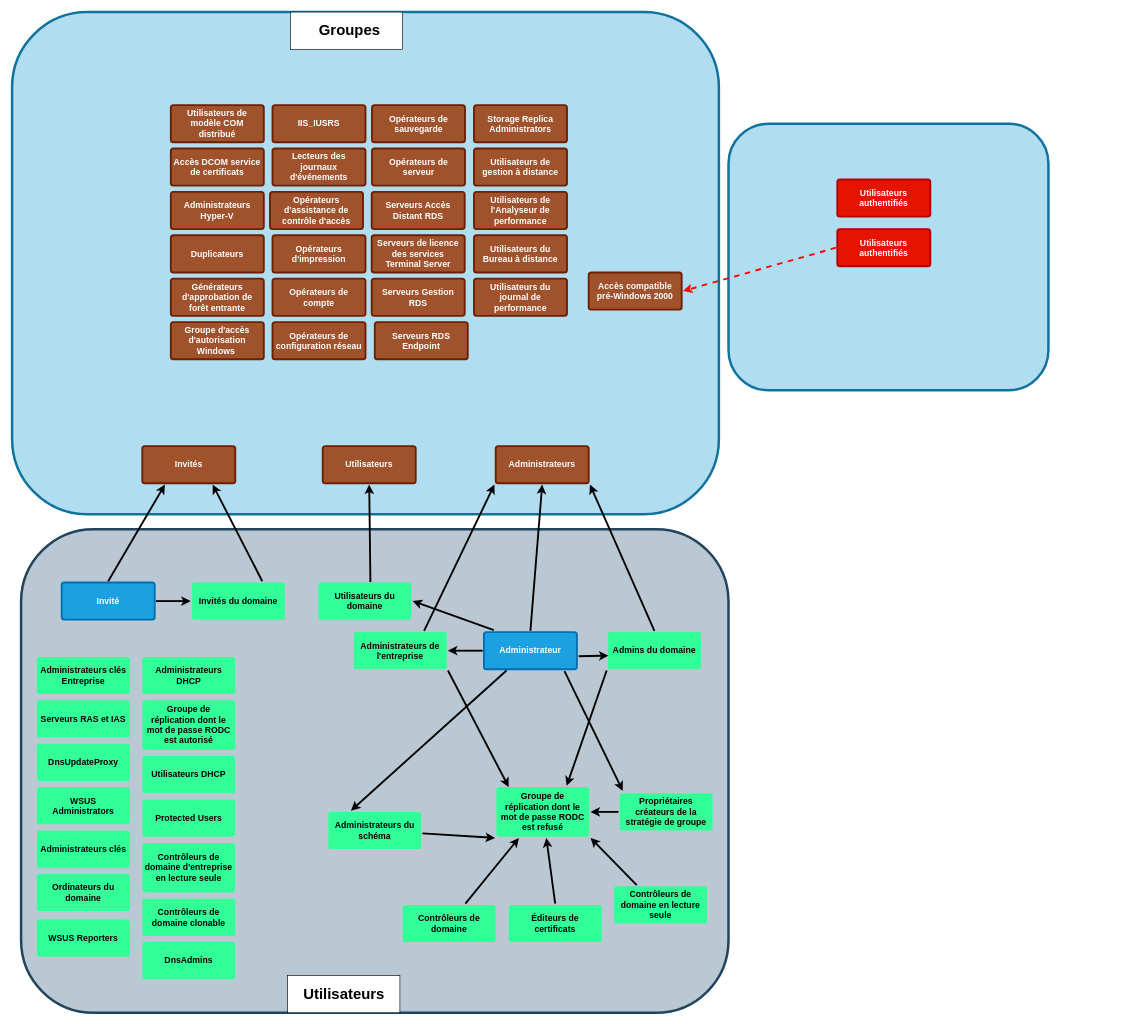
Above: Diagramme sans nom.drawio in CharifMah/AbstergoAnimus (draw.io), before the change. Source tidied: cells renumbered, new cells numbered last; positions are measured from the earlier drawing's top-left corner, leaving out a move shared by most shapes. Both pictures are drawn from the tidied source at 62%, with x=0, y=0 at pixel (12, 12).
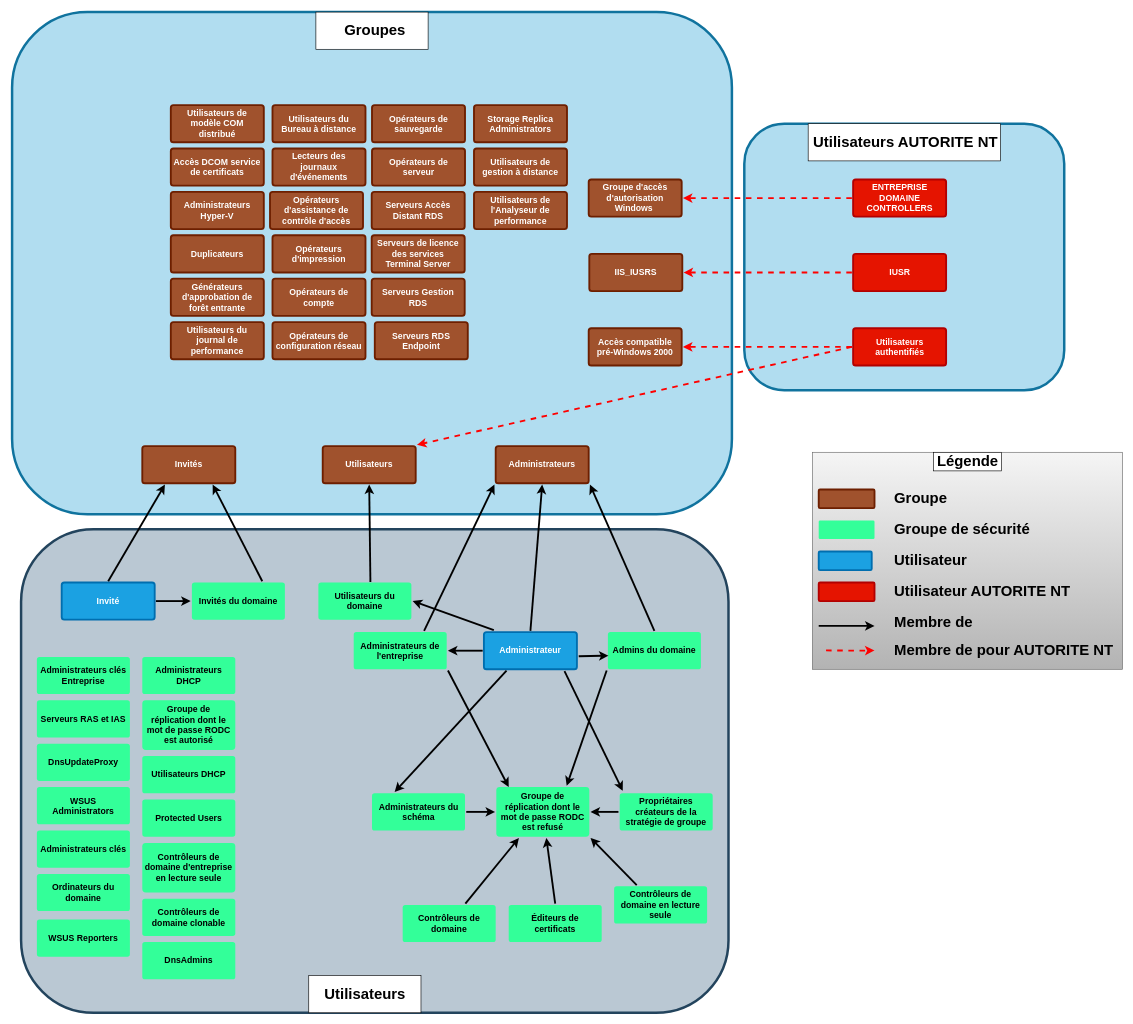
The same diagram, later.

Commit message (it also covers changes not shown here):
Mettre à jour Diagramme sans nom.drawio

Unchanged cells that the change refers to:
```xml
<mxCell id="28" value="Utilisateurs" style="rounded=1;whiteSpace=wrap;html=1;shadow=0;labelBackgroundColor=none;strokeColor=#6D1F00;strokeWidth=3;fillColor=#a0522d;fontFamily=Helvetica;fontSize=14;align=center;spacing=5;fontStyle=1;arcSize=7;perimeterSpacing=2;fontColor=#ffffff;" parent="1" vertex="1">
  <mxGeometry x="501" y="700" width="150" height="60" as="geometry" />
</mxCell>
<mxCell id="45" value="Groupe de réplication dont le mot de passe RODC est refusé" style="rounded=1;whiteSpace=wrap;html=1;shadow=0;labelBackgroundColor=none;strokeColor=none;strokeWidth=3;fillColor=#33FF99;fontFamily=Helvetica;fontSize=14;fontColor=#000000;align=center;spacing=5;fontStyle=1;arcSize=7;perimeterSpacing=2;verticalAlign=middle;" parent="1" vertex="1">
  <mxGeometry x="781" y="1250" width="150" height="80" as="geometry" />
</mxCell>
```

What changed in the source:
```diff
@@
     <mxCell id="2" style="rounded=1;whiteSpace=wrap;html=1;fillColor=#b1ddf0;strokeColor=#10739e;strokeWidth=4;" parent="1" vertex="1">
-      <mxGeometry x="1155.5" y="180" width="516" height="430" as="geometry" />
+      <mxGeometry x="1181" y="180" width="516" height="430" as="geometry" />
     </mxCell>
     <mxCell id="3" style="rounded=1;whiteSpace=wrap;html=1;fillColor=#b1ddf0;strokeColor=#10739e;strokeWidth=4;" parent="1" vertex="1">
-      <mxGeometry width="1140" height="810" as="geometry" />
+      <mxGeometry width="1161" height="810" as="geometry" />
     </mxCell>
@@
     <mxCell id="23" value="Administrateurs du schéma" style="rounded=1;whiteSpace=wrap;html=1;shadow=0;labelBackgroundColor=none;strokeColor=none;strokeWidth=3;fillColor=#33FF99;fontFamily=Helvetica;fontSize=14;fontColor=#000000;align=center;spacing=5;fontStyle=1;arcSize=7;perimeterSpacing=2;" parent="1" vertex="1">
-      <mxGeometry x="510" y="1290" width="150" height="60" as="geometry" />
+      <mxGeometry x="580.5" y="1260" width="150" height="60" as="geometry" />
     </mxCell>
@@
-    <mxCell id="35" style="endArrow=classic;html=1;rounded=0;fontSize=18;strokeWidth=3;entryX=0;entryY=1;entryDx=0;entryDy=0;" parent="1" edge="1" source="23" target="45">
+    <mxCell id="35" style="endArrow=classic;html=1;rounded=0;fontSize=18;strokeWidth=3;entryX=0;entryY=0.5;entryDx=0;entryDy=0;" parent="1" edge="1" source="23" target="45">
       <mxGeometry relative="1" as="geometry" />
     </mxCell>
@@
     <mxCell id="52" style="rounded=0;whiteSpace=wrap;html=1;" parent="1" vertex="1">
-      <mxGeometry x="444.5" y="1554" width="181" height="60" as="geometry" />
+      <mxGeometry x="478.5" y="1554" width="181" height="60" as="geometry" />
     </mxCell>
     <mxCell id="53" value="Utilisateurs" style="text;strokeColor=none;fillColor=none;html=1;fontSize=24;fontStyle=1;verticalAlign=middle;align=center;" parent="1" vertex="1">
-      <mxGeometry x="485" y="1564" width="100" height="40" as="geometry" />
+      <mxGeometry x="519" y="1564" width="100" height="40" as="geometry" />
     </mxCell>
     <mxCell id="54" style="rounded=0;whiteSpace=wrap;html=1;" parent="1" vertex="1">
-      <mxGeometry x="449" width="181" height="60" as="geometry" />
+      <mxGeometry x="490" width="181" height="60" as="geometry" />
     </mxCell>
     <mxCell id="55" value="Groupes" style="text;strokeColor=none;fillColor=none;html=1;fontSize=24;fontStyle=1;verticalAlign=middle;align=center;" parent="1" vertex="1">
-      <mxGeometry x="494" y="10" width="100" height="40" as="geometry" />
+      <mxGeometry x="535" y="10" width="100" height="40" as="geometry" />
     </mxCell>
-    <mxCell id="56" value="Accès compatible pré-Windows 2000" style="rounded=1;whiteSpace=wrap;html=1;shadow=0;labelBackgroundColor=none;strokeColor=#6D1F00;strokeWidth=3;fillColor=#a0522d;fontFamily=Helvetica;fontSize=14;align=center;spacing=5;fontStyle=1;arcSize=7;perimeterSpacing=2;fontColor=#ffffff;" parent="1" vertex="1">
-      <mxGeometry x="930" y="420" width="150" height="60" as="geometry" />
-    </mxCell>
@@
     <mxCell id="61" value="Groupe d'accès d'autorisation Windows&amp;nbsp;" style="rounded=1;whiteSpace=wrap;html=1;shadow=0;labelBackgroundColor=none;strokeColor=#6D1F00;strokeWidth=3;fillColor=#a0522d;fontFamily=Helvetica;fontSize=14;align=center;spacing=5;fontStyle=1;arcSize=7;perimeterSpacing=2;fontColor=#ffffff;" parent="1" vertex="1">
-      <mxGeometry x="256" y="500" width="150" height="60" as="geometry" />
+      <mxGeometry x="930" y="270" width="150" height="60" as="geometry" />
     </mxCell>
     <mxCell id="62" value="IIS_IUSRS" style="rounded=1;whiteSpace=wrap;html=1;shadow=0;labelBackgroundColor=none;strokeColor=#6D1F00;strokeWidth=3;fillColor=#a0522d;fontFamily=Helvetica;fontSize=14;align=center;spacing=5;fontStyle=1;arcSize=7;perimeterSpacing=2;fontColor=#ffffff;" parent="1" vertex="1">
-      <mxGeometry x="420" y="150" width="150" height="60" as="geometry" />
+      <mxGeometry x="931" y="390" width="150" height="60" as="geometry" />
     </mxCell>
@@
     <mxCell id="77" value="Utilisateurs du Bureau à distance" style="rounded=1;whiteSpace=wrap;html=1;shadow=0;labelBackgroundColor=none;strokeColor=#6D1F00;strokeWidth=3;fillColor=#a0522d;fontFamily=Helvetica;fontSize=14;align=center;spacing=5;fontStyle=1;arcSize=7;perimeterSpacing=2;fontColor=#ffffff;" parent="1" vertex="1">
-      <mxGeometry x="745" y="360" width="150" height="60" as="geometry" />
+      <mxGeometry x="420" y="150" width="150" height="60" as="geometry" />
     </mxCell>
     <mxCell id="78" value="Utilisateurs du journal de performance" style="rounded=1;whiteSpace=wrap;html=1;shadow=0;labelBackgroundColor=none;strokeColor=#6D1F00;strokeWidth=3;fillColor=#a0522d;fontFamily=Helvetica;fontSize=14;align=center;spacing=5;fontStyle=1;arcSize=7;perimeterSpacing=2;fontColor=#ffffff;" parent="1" vertex="1">
-      <mxGeometry x="745" y="430" width="150" height="60" as="geometry" />
+      <mxGeometry x="256" y="500" width="150" height="60" as="geometry" />
     </mxCell>
@@
-    <mxCell id="80" value="Utilisateurs authentifiés" style="rounded=1;whiteSpace=wrap;html=1;shadow=0;labelBackgroundColor=none;strokeColor=#B20000;strokeWidth=3;fillColor=#e51400;fontFamily=Helvetica;fontSize=14;fontColor=#ffffff;align=center;spacing=5;fontStyle=1;arcSize=7;perimeterSpacing=2;" parent="1" vertex="1">
-      <mxGeometry x="1331" y="270" width="150" height="60" as="geometry" />
+    <mxCell id="80" value="ENTREPRISE DOMAINE CONTROLLERS" style="rounded=1;whiteSpace=wrap;html=1;shadow=0;labelBackgroundColor=none;strokeColor=#B20000;strokeWidth=3;fillColor=#e51400;fontFamily=Helvetica;fontSize=14;fontColor=#ffffff;align=center;spacing=5;fontStyle=1;arcSize=7;perimeterSpacing=2;" parent="1" vertex="1">
+      <mxGeometry x="1356.5" y="270" width="150" height="60" as="geometry" />
     </mxCell>
@@
+    <mxCell id="84" style="endArrow=classic;html=1;rounded=0;exitX=0;exitY=0.5;exitDx=0;exitDy=0;fontSize=18;strokeWidth=3;entryX=1;entryY=0.5;entryDx=0;entryDy=0;dashed=1;strokeColor=#FF0000;" parent="1" edge="1" source="80" target="61">
+      <mxGeometry relative="1" as="geometry" />
+    </mxCell>
+    <mxCell id="85" value="IUSR" style="rounded=1;whiteSpace=wrap;html=1;shadow=0;labelBackgroundColor=none;strokeColor=#B20000;strokeWidth=3;fillColor=#e51400;fontFamily=Helvetica;fontSize=14;fontColor=#ffffff;align=center;spacing=5;fontStyle=1;arcSize=7;perimeterSpacing=2;" parent="1" vertex="1">
+      <mxGeometry x="1356.5" y="390" width="150" height="60" as="geometry" />
+    </mxCell>
+    <mxCell id="86" style="endArrow=classic;html=1;rounded=0;exitX=0;exitY=0.5;exitDx=0;exitDy=0;fontSize=18;strokeWidth=3;entryX=1;entryY=0.5;entryDx=0;entryDy=0;dashed=1;strokeColor=#FF0000;" parent="1" edge="1" source="85" target="62">
+      <mxGeometry relative="1" as="geometry" />
+    </mxCell>
+    <mxCell id="56" value="Accès compatible pré-Windows 2000" style="rounded=1;whiteSpace=wrap;html=1;shadow=0;labelBackgroundColor=none;strokeColor=#6D1F00;strokeWidth=3;fillColor=#a0522d;fontFamily=Helvetica;fontSize=14;align=center;spacing=5;fontStyle=1;arcSize=7;perimeterSpacing=2;fontColor=#ffffff;" parent="1" vertex="1">
+      <mxGeometry x="930" y="510" width="150" height="60" as="geometry" />
+    </mxCell>
     <mxCell id="82" value="Utilisateurs authentifiés" style="rounded=1;whiteSpace=wrap;html=1;shadow=0;labelBackgroundColor=none;strokeColor=#B20000;strokeWidth=3;fillColor=#e51400;fontFamily=Helvetica;fontSize=14;fontColor=#ffffff;align=center;spacing=5;fontStyle=1;arcSize=7;perimeterSpacing=2;" parent="1" vertex="1">
-      <mxGeometry x="1331" y="350" width="150" height="60" as="geometry" />
+      <mxGeometry x="1356.5" y="510" width="150" height="60" as="geometry" />
     </mxCell>
@@
+    <mxCell id="87" style="endArrow=classic;html=1;rounded=0;fontSize=18;strokeWidth=3;entryX=1;entryY=0;entryDx=0;entryDy=0;dashed=1;strokeColor=#FF0000;exitX=0;exitY=0.5;exitDx=0;exitDy=0;" parent="1" edge="1" source="82" target="28">
+      <mxGeometry relative="1" as="geometry" />
+    </mxCell>
+    <mxCell id="88" style="rounded=0;whiteSpace=wrap;html=1;" parent="1" vertex="1">
+      <mxGeometry x="1284" y="180" width="310" height="60" as="geometry" />
+    </mxCell>
+    <mxCell id="89" style="rounded=0;whiteSpace=wrap;html=1;fillColor=#f5f5f5;gradientColor=#b3b3b3;strokeColor=#666666;" parent="1" vertex="1">
+      <mxGeometry x="1290.8" y="710" width="500.2" height="350" as="geometry" />
+    </mxCell>
+    <mxCell id="90" value="Utilisateurs AUTORITE NT&amp;nbsp;" style="text;strokeColor=none;fillColor=none;html=1;fontSize=24;fontStyle=1;verticalAlign=middle;align=center;" parent="1" vertex="1">
+      <mxGeometry x="1393.5" y="190" width="100" height="40" as="geometry" />
+    </mxCell>
+    <mxCell id="91" style="rounded=0;whiteSpace=wrap;html=1;" parent="1" vertex="1">
+      <mxGeometry x="1485.9" y="710" width="110" height="30" as="geometry" />
+    </mxCell>
+    <mxCell id="92" value="Légende" style="text;strokeColor=none;fillColor=none;html=1;fontSize=24;fontStyle=1;verticalAlign=middle;align=center;" parent="1" vertex="1">
+      <mxGeometry x="1490.9" y="710" width="100" height="30" as="geometry" />
+    </mxCell>
+    <mxCell id="93" style="rounded=1;whiteSpace=wrap;html=1;shadow=0;labelBackgroundColor=none;strokeColor=#6D1F00;strokeWidth=3;fillColor=#a0522d;fontFamily=Helvetica;fontSize=14;align=center;spacing=5;fontStyle=1;arcSize=7;perimeterSpacing=2;fontColor=#ffffff;" parent="1" vertex="1">
+      <mxGeometry x="1301" y="770" width="90" height="30" as="geometry" />
+    </mxCell>
+    <mxCell id="94" style="rounded=1;whiteSpace=wrap;html=1;shadow=0;labelBackgroundColor=none;strokeColor=none;strokeWidth=3;fillColor=#33FF99;fontFamily=Helvetica;fontSize=14;fontColor=#000000;align=center;spacing=5;fontStyle=1;arcSize=7;perimeterSpacing=2;" parent="1" vertex="1">
+      <mxGeometry x="1301" y="820" width="90" height="30" as="geometry" />
+    </mxCell>
+    <mxCell id="95" style="rounded=1;whiteSpace=wrap;html=1;shadow=0;labelBackgroundColor=none;strokeColor=#006EAF;strokeWidth=3;fillColor=#1ba1e2;fontFamily=Helvetica;fontSize=14;fontColor=#ffffff;align=center;spacing=5;fontStyle=1;arcSize=7;perimeterSpacing=2;" parent="1" vertex="1">
+      <mxGeometry x="1301" y="870" width="85.5" height="30" as="geometry" />
+    </mxCell>
+    <mxCell id="96" style="rounded=1;whiteSpace=wrap;html=1;shadow=0;labelBackgroundColor=none;strokeColor=#B20000;strokeWidth=3;fillColor=#e51400;fontFamily=Helvetica;fontSize=14;fontColor=#ffffff;align=center;spacing=5;fontStyle=1;arcSize=7;perimeterSpacing=2;" parent="1" vertex="1">
+      <mxGeometry x="1301" y="920" width="90" height="30" as="geometry" />
+    </mxCell>
+    <mxCell id="97" style="endArrow=classic;html=1;rounded=0;fontSize=18;strokeWidth=3;entryX=0.435;entryY=0.614;entryDx=0;entryDy=0;entryPerimeter=0;exitX=0.044;exitY=0.614;exitDx=0;exitDy=0;exitPerimeter=0;" parent="1" edge="1">
+      <mxGeometry relative="1" as="geometry">
+        <mxPoint x="1301" y="990" as="sourcePoint" />
+        <mxPoint x="1391.1" y="990" as="targetPoint" />
+      </mxGeometry>
+    </mxCell>
+    <mxCell id="98" style="endArrow=classic;html=1;rounded=0;fontSize=18;strokeWidth=3;entryX=0.392;entryY=0.682;entryDx=0;entryDy=0;dashed=1;strokeColor=#FF0000;exitX=0.044;exitY=0.913;exitDx=0;exitDy=0;exitPerimeter=0;entryPerimeter=0;" parent="1" edge="1" source="89">
+      <mxGeometry relative="1" as="geometry">
+        <mxPoint x="1391" y="1029.7" as="targetPoint" />
+        <Array as="points">
+          <mxPoint x="1371" y="1030" />
+        </Array>
+      </mxGeometry>
+    </mxCell>
+    <mxCell id="99" value="Groupe" style="text;strokeColor=none;fillColor=none;html=1;fontSize=24;fontStyle=1;verticalAlign=middle;align=left;" parent="1" vertex="1">
+      <mxGeometry x="1421" y="770" width="100" height="30" as="geometry" />
+    </mxCell>
+    <mxCell id="100" value="Groupe de sécurité" style="text;strokeColor=none;fillColor=none;html=1;fontSize=24;fontStyle=1;verticalAlign=middle;align=left;" parent="1" vertex="1">
+      <mxGeometry x="1421" y="820" width="100" height="30" as="geometry" />
+    </mxCell>
+    <mxCell id="101" value="Utilisateur" style="text;strokeColor=none;fillColor=none;html=1;fontSize=24;fontStyle=1;verticalAlign=middle;align=left;" parent="1" vertex="1">
+      <mxGeometry x="1421" y="870" width="120" height="30" as="geometry" />
+    </mxCell>
+    <mxCell id="102" value="Utilisateur AUTORITE NT" style="text;strokeColor=none;fillColor=none;html=1;fontSize=24;fontStyle=1;verticalAlign=middle;align=left;" parent="1" vertex="1">
+      <mxGeometry x="1421" y="920" width="100" height="30" as="geometry" />
+    </mxCell>
+    <mxCell id="103" value="Membre de" style="text;strokeColor=none;fillColor=none;html=1;fontSize=24;fontStyle=1;verticalAlign=middle;align=left;" parent="1" vertex="1">
+      <mxGeometry x="1421" y="970" width="100" height="30" as="geometry" />
+    </mxCell>
+    <mxCell id="104" value="Membre de pour AUTORITE NT&amp;nbsp;" style="text;strokeColor=none;fillColor=none;html=1;fontSize=24;fontStyle=1;verticalAlign=middle;align=left;" parent="1" vertex="1">
+      <mxGeometry x="1421" y="1015" width="100" height="30" as="geometry" />
+    </mxCell>
```
